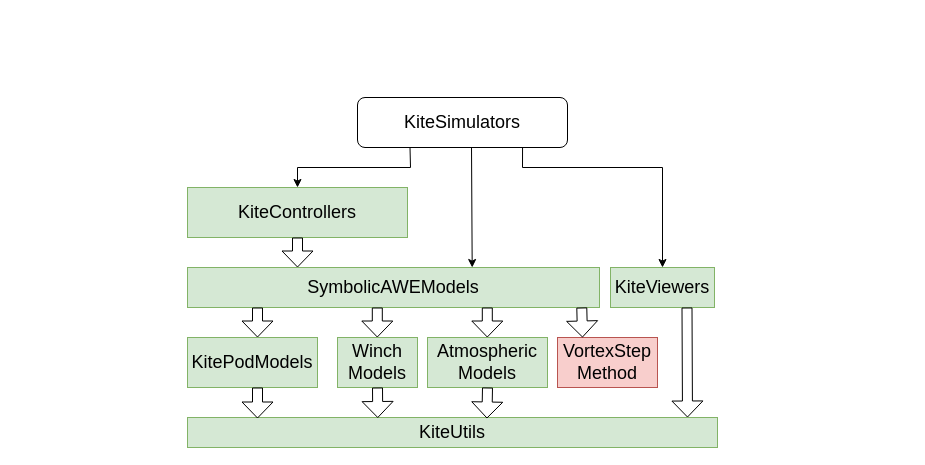
Above: page "Page-1" (1 of 2) of docs/src/kite_power_tools.drawio in OpenSourceAWE/SymbolicAWEModels.jl (draw.io), before the change. Source tidied: cells renumbered, new cells numbered last; positions are measured from the earlier drawing's top-left corner, leaving out a move shared by most shapes. Both pictures are drawn from the tidied source at 100%, with x=0, y=0 at pixel (187, 97).
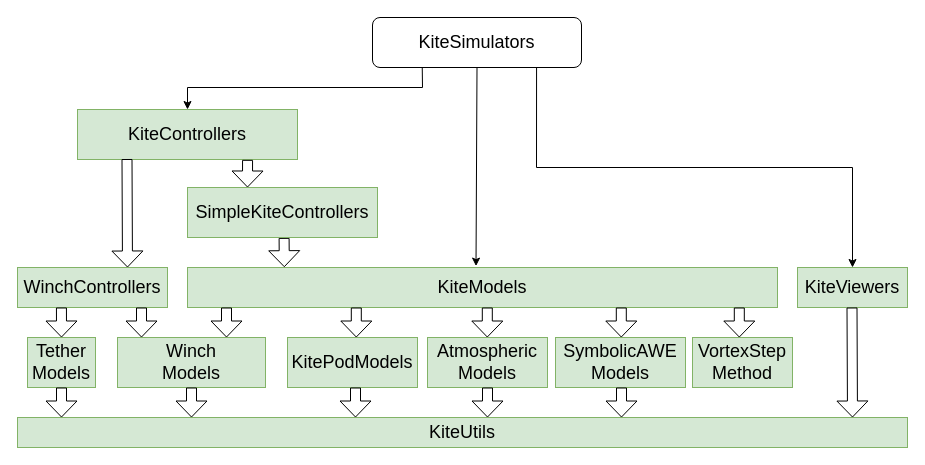
Above is the later version.

Unchanged cells that the change refers to:
```xml
<mxCell id="8" value="Atmospheric&lt;br style=&quot;font-size: 18px;&quot;&gt;Models" style="rounded=0;whiteSpace=wrap;html=1;fontSize=18;fillColor=#d5e8d4;strokeColor=#82b366;" parent="1" vertex="1">
  <mxGeometry x="240" y="240" width="120" height="50" as="geometry" />
</mxCell>
```

Change to the diagram source:
```diff
@@
     <mxCell id="2" value="KiteSimulators" style="rounded=1;whiteSpace=wrap;html=1;fontSize=18;" parent="1" vertex="1">
-      <mxGeometry x="170" width="210" height="50" as="geometry" />
+      <mxGeometry x="185" y="-80" width="209" height="50" as="geometry" />
     </mxCell>
     <mxCell id="3" value="KiteControllers" style="rounded=0;whiteSpace=wrap;html=1;fontSize=18;fillColor=#d5e8d4;strokeColor=#82b366;" parent="1" vertex="1">
-      <mxGeometry y="90" width="220" height="50" as="geometry" />
+      <mxGeometry x="-110" y="12" width="220" height="50" as="geometry" />
     </mxCell>
-    <mxCell id="4" value="SymbolicAWEModels" style="rounded=0;whiteSpace=wrap;html=1;fontSize=18;fillColor=#d5e8d4;strokeColor=#82b366;" parent="1" vertex="1">
-      <mxGeometry y="170" width="412" height="40" as="geometry" />
-    </mxCell>
+    <mxCell id="23" value="KiteModels" style="rounded=0;whiteSpace=wrap;html=1;fontSize=18;fillColor=#d5e8d4;strokeColor=#82b366;" parent="1" vertex="1">
+      <mxGeometry y="170" width="590" height="40" as="geometry" />
+    </mxCell>
     <mxCell id="5" value="&lt;font style=&quot;font-size: 18px;&quot;&gt;KiteViewers&lt;/font&gt;" style="rounded=0;whiteSpace=wrap;html=1;fillColor=#d5e8d4;strokeColor=#82b366;" parent="1" vertex="1">
-      <mxGeometry x="423" y="170" width="104" height="40" as="geometry" />
+      <mxGeometry x="610" y="170" width="110" height="40" as="geometry" />
     </mxCell>
     <mxCell id="6" value="KitePodModels" style="rounded=0;whiteSpace=wrap;html=1;fontSize=18;fillColor=#d5e8d4;strokeColor=#82b366;" parent="1" vertex="1">
-      <mxGeometry y="240" width="130" height="50" as="geometry" />
+      <mxGeometry x="100" y="240" width="130" height="50" as="geometry" />
     </mxCell>
     <mxCell id="7" value="Winch&lt;br&gt;Models" style="rounded=0;whiteSpace=wrap;html=1;fontSize=18;fillColor=#d5e8d4;strokeColor=#82b366;" parent="1" vertex="1">
-      <mxGeometry x="150" y="240" width="80" height="50" as="geometry" />
+      <mxGeometry x="-70" y="240" width="148" height="50" as="geometry" />
     </mxCell>
@@
     <mxCell id="9" value="KiteUtils" style="rounded=0;whiteSpace=wrap;html=1;fontSize=18;fillColor=#d5e8d4;strokeColor=#82b366;" parent="1" vertex="1">
-      <mxGeometry y="320" width="530" height="30" as="geometry" />
+      <mxGeometry x="-170" y="320" width="890" height="30" as="geometry" />
     </mxCell>
-    <mxCell id="10" value="VortexStep&lt;br&gt;Method" style="rounded=0;whiteSpace=wrap;html=1;fontSize=18;fillColor=#f8cecc;strokeColor=#b85450;" parent="1" vertex="1">
-      <mxGeometry x="370" y="240" width="100" height="50" as="geometry" />
+    <mxCell id="10" value="VortexStep&lt;br&gt;Method" style="rounded=0;whiteSpace=wrap;html=1;fontSize=18;fillColor=#d5e8d4;strokeColor=#82b366;" parent="1" vertex="1">
+      <mxGeometry x="505" y="240" width="100" height="50" as="geometry" />
     </mxCell>
-    <mxCell id="11" style="shape=flexArrow;endArrow=classic;html=1;rounded=0;exitX=0.75;exitY=1;exitDx=0;exitDy=0;endSize=5;" parent="1" edge="1">
-      <mxGeometry relative="1" as="geometry">
-        <mxPoint x="499.5" y="210" as="sourcePoint" />
-        <mxPoint x="500" y="320" as="targetPoint" />
-      </mxGeometry>
-    </mxCell>
-    <mxCell id="12" style="shape=flexArrow;endArrow=classic;html=1;rounded=0;exitX=0.5;exitY=1;exitDx=0;exitDy=0;entryX=0.565;entryY=0.033;entryDx=0;entryDy=0;entryPerimeter=0;endSize=5;" parent="1" edge="1" source="8" target="9">
-      <mxGeometry relative="1" as="geometry" />
-    </mxCell>
-    <mxCell id="13" style="shape=flexArrow;endArrow=classic;html=1;rounded=0;exitX=0.5;exitY=1;exitDx=0;exitDy=0;entryX=0.359;entryY=0.017;entryDx=0;entryDy=0;entryPerimeter=0;endSize=5;" parent="1" edge="1" source="7" target="9">
-      <mxGeometry relative="1" as="geometry" />
-    </mxCell>
-    <mxCell id="14" style="shape=flexArrow;endArrow=classic;html=1;rounded=0;entryX=0.25;entryY=0;entryDx=0;entryDy=0;exitX=0.957;exitY=1;exitDx=0;exitDy=0;exitPerimeter=0;endSize=5;" parent="1" edge="1" source="4" target="10">
-      <mxGeometry relative="1" as="geometry" />
-    </mxCell>
+    <mxCell id="24" style="shape=flexArrow;endArrow=classic;html=1;rounded=0;exitX=0.75;exitY=1;exitDx=0;exitDy=0;endSize=5;" parent="1" edge="1">
+      <mxGeometry relative="1" as="geometry">
+        <mxPoint x="664.5" y="210" as="sourcePoint" />
+        <mxPoint x="665" y="320" as="targetPoint" />
+      </mxGeometry>
+    </mxCell>
+    <mxCell id="25" style="shape=flexArrow;endArrow=classic;html=1;rounded=0;exitX=0.5;exitY=1;exitDx=0;exitDy=0;endSize=5;" parent="1" edge="1" source="8">
+      <mxGeometry relative="1" as="geometry">
+        <mxPoint x="300" y="320" as="targetPoint" />
+      </mxGeometry>
+    </mxCell>
+    <mxCell id="26" style="shape=flexArrow;endArrow=classic;html=1;rounded=0;exitX=0.5;exitY=1;exitDx=0;exitDy=0;endSize=5;" parent="1" edge="1" source="7">
+      <mxGeometry relative="1" as="geometry">
+        <mxPoint x="4" y="320" as="targetPoint" />
+      </mxGeometry>
+    </mxCell>
-    <mxCell id="15" style="endArrow=classic;html=1;rounded=0;exitX=0.786;exitY=1;exitDx=0;exitDy=0;exitPerimeter=0;entryX=0.5;entryY=0;entryDx=0;entryDy=0;" parent="1" edge="1" source="2" target="5">
+    <mxCell id="15" style="endArrow=classic;html=1;rounded=0;exitX=0.785;exitY=1.005;exitDx=0;exitDy=0;exitPerimeter=0;entryX=0.5;entryY=0;entryDx=0;entryDy=0;" parent="1" edge="1" source="2" target="5">
       <mxGeometry relative="1" as="geometry">
         <Array as="points">
-          <mxPoint x="335" y="70" />
-          <mxPoint x="475" y="70" />
+          <mxPoint x="349" y="70" />
+          <mxPoint x="665" y="70" />
         </Array>
       </mxGeometry>
     </mxCell>
-    <mxCell id="16" style="endArrow=classic;html=1;rounded=0;exitX=0.543;exitY=1.01;exitDx=0;exitDy=0;exitPerimeter=0;entryX=0.691;entryY=0;entryDx=0;entryDy=0;entryPerimeter=0;" parent="1" edge="1" source="2" target="4">
-      <mxGeometry relative="1" as="geometry" />
-    </mxCell>
+    <mxCell id="27" style="endArrow=classic;html=1;rounded=0;exitX=0.5;exitY=1;exitDx=0;exitDy=0;entryX=0.489;entryY=-0.035;entryDx=0;entryDy=0;entryPerimeter=0;" parent="1" edge="1" source="2" target="23">
+      <mxGeometry relative="1" as="geometry" />
+    </mxCell>
+    <mxCell id="28" style="shape=flexArrow;endArrow=classic;html=1;rounded=0;exitX=0.689;exitY=1.007;exitDx=0;exitDy=0;endSize=5;exitPerimeter=0;entryX=0.099;entryY=-0.008;entryDx=0;entryDy=0;entryPerimeter=0;" parent="1" edge="1">
+      <mxGeometry relative="1" as="geometry">
+        <mxPoint x="96.6" y="140.4" as="sourcePoint" />
+        <mxPoint x="96.8" y="169.7" as="targetPoint" />
+      </mxGeometry>
+    </mxCell>
+    <mxCell id="29" style="shape=flexArrow;endArrow=classic;html=1;rounded=0;exitX=0.5;exitY=1;exitDx=0;exitDy=0;endSize=5;" parent="1" edge="1">
+      <mxGeometry relative="1" as="geometry">
+        <mxPoint x="39" y="210" as="sourcePoint" />
+        <mxPoint x="39" y="240" as="targetPoint" />
+      </mxGeometry>
+    </mxCell>
+    <mxCell id="30" style="shape=flexArrow;endArrow=classic;html=1;rounded=0;exitX=0.5;exitY=1;exitDx=0;exitDy=0;endSize=5;" parent="1" edge="1">
+      <mxGeometry relative="1" as="geometry">
+        <mxPoint x="168.8" y="210" as="sourcePoint" />
+        <mxPoint x="168.8" y="240" as="targetPoint" />
+      </mxGeometry>
+    </mxCell>
+    <mxCell id="31" style="shape=flexArrow;endArrow=classic;html=1;rounded=0;exitX=0.5;exitY=1;exitDx=0;exitDy=0;endSize=5;" parent="1" edge="1">
+      <mxGeometry relative="1" as="geometry">
+        <mxPoint x="299.8" y="210" as="sourcePoint" />
+        <mxPoint x="299.8" y="240" as="targetPoint" />
+      </mxGeometry>
+    </mxCell>
+    <mxCell id="32" style="shape=flexArrow;endArrow=classic;html=1;rounded=0;exitX=0.5;exitY=1;exitDx=0;exitDy=0;endSize=5;" parent="1" edge="1">
+      <mxGeometry relative="1" as="geometry">
+        <mxPoint x="168" y="290" as="sourcePoint" />
+        <mxPoint x="168" y="320" as="targetPoint" />
+      </mxGeometry>
+    </mxCell>
+    <mxCell id="33" value="WinchControllers" style="rounded=0;whiteSpace=wrap;html=1;fontSize=18;fillColor=#d5e8d4;strokeColor=#82b366;" parent="1" vertex="1">
+      <mxGeometry x="-170" y="170" width="150" height="40" as="geometry" />
+    </mxCell>
+    <mxCell id="34" style="shape=flexArrow;endArrow=classic;html=1;rounded=0;endSize=5;entryX=0.099;entryY=-0.008;entryDx=0;entryDy=0;entryPerimeter=0;exitX=0.225;exitY=0.99;exitDx=0;exitDy=0;exitPerimeter=0;" parent="1" edge="1" source="3">
+      <mxGeometry relative="1" as="geometry">
+        <mxPoint x="-60" y="170" as="targetPoint" />
+      </mxGeometry>
+    </mxCell>
+    <mxCell id="35" style="shape=flexArrow;endArrow=classic;html=1;rounded=0;exitX=0.293;exitY=1;exitDx=0;exitDy=0;endSize=5;exitPerimeter=0;entryX=0.5;entryY=0;entryDx=0;entryDy=0;entryPerimeter=0;" parent="1" edge="1" source="33" target="39">
+      <mxGeometry relative="1" as="geometry" />
+    </mxCell>
-    <mxCell id="17" style="endArrow=classic;html=1;rounded=0;entryX=0.5;entryY=0;entryDx=0;entryDy=0;exitX=0.25;exitY=1;exitDx=0;exitDy=0;" parent="1" edge="1" source="2" target="3">
+    <mxCell id="17" style="endArrow=classic;html=1;rounded=0;entryX=0.5;entryY=0;entryDx=0;entryDy=0;exitX=0.238;exitY=0.993;exitDx=0;exitDy=0;jumpStyle=none;exitPerimeter=0;" parent="1" edge="1" source="2" target="3">
       <mxGeometry relative="1" as="geometry">
         <Array as="points">
-          <mxPoint x="223" y="70" />
-          <mxPoint x="110" y="70" />
+          <mxPoint x="235" y="-10" />
+          <mxPoint y="-10" />
         </Array>
       </mxGeometry>
     </mxCell>
-    <mxCell id="18" style="shape=flexArrow;endArrow=classic;html=1;rounded=0;exitX=0.5;exitY=1;exitDx=0;exitDy=0;endSize=5;" parent="1" edge="1" source="3">
-      <mxGeometry relative="1" as="geometry">
-        <mxPoint x="110" y="170" as="targetPoint" />
-      </mxGeometry>
-    </mxCell>
-    <mxCell id="19" style="shape=flexArrow;endArrow=classic;html=1;rounded=0;exitX=0.5;exitY=1;exitDx=0;exitDy=0;endSize=5;" parent="1" edge="1">
-      <mxGeometry relative="1" as="geometry">
-        <mxPoint x="70" y="210" as="sourcePoint" />
-        <mxPoint x="70" y="240" as="targetPoint" />
-      </mxGeometry>
-    </mxCell>
-    <mxCell id="20" style="shape=flexArrow;endArrow=classic;html=1;rounded=0;exitX=0.5;exitY=1;exitDx=0;exitDy=0;endSize=5;" parent="1" edge="1">
-      <mxGeometry relative="1" as="geometry">
-        <mxPoint x="189.8" y="210" as="sourcePoint" />
-        <mxPoint x="189.8" y="240" as="targetPoint" />
-      </mxGeometry>
-    </mxCell>
-    <mxCell id="21" style="shape=flexArrow;endArrow=classic;html=1;rounded=0;exitX=0.5;exitY=1;exitDx=0;exitDy=0;endSize=5;" parent="1" edge="1">
-      <mxGeometry relative="1" as="geometry">
-        <mxPoint x="299.8" y="210" as="sourcePoint" />
-        <mxPoint x="299.8" y="240" as="targetPoint" />
-      </mxGeometry>
-    </mxCell>
-    <mxCell id="22" style="shape=flexArrow;endArrow=classic;html=1;rounded=0;exitX=0.5;exitY=1;exitDx=0;exitDy=0;entryX=0.359;entryY=0.017;entryDx=0;entryDy=0;entryPerimeter=0;endSize=5;" parent="1" edge="1">
-      <mxGeometry relative="1" as="geometry">
-        <mxPoint x="70" y="290" as="sourcePoint" />
-        <mxPoint x="70" y="321" as="targetPoint" />
-      </mxGeometry>
-    </mxCell>
+    <mxCell id="36" value="SimpleKiteControllers" style="rounded=0;whiteSpace=wrap;html=1;fontSize=18;fillColor=#d5e8d4;strokeColor=#82b366;" parent="1" vertex="1">
+      <mxGeometry y="90" width="190" height="50" as="geometry" />
+    </mxCell>
+    <mxCell id="37" style="shape=flexArrow;endArrow=classic;html=1;rounded=0;endSize=5;exitX=0.773;exitY=1.007;exitDx=0;exitDy=0;exitPerimeter=0;" parent="1" edge="1" source="3">
+      <mxGeometry relative="1" as="geometry">
+        <mxPoint x="60" y="90" as="targetPoint" />
+      </mxGeometry>
+    </mxCell>
+    <mxCell id="38" style="shape=flexArrow;endArrow=classic;html=1;rounded=0;exitX=0.5;exitY=1;exitDx=0;exitDy=0;endSize=5;" parent="1" edge="1">
+      <mxGeometry relative="1" as="geometry">
+        <mxPoint x="-46" y="210" as="sourcePoint" />
+        <mxPoint x="-46" y="240" as="targetPoint" />
+      </mxGeometry>
+    </mxCell>
+    <mxCell id="39" value="Tether&lt;br&gt;Models" style="rounded=0;whiteSpace=wrap;html=1;fontSize=18;fillColor=#d5e8d4;strokeColor=#82b366;" parent="1" vertex="1">
+      <mxGeometry x="-160" y="240" width="68" height="50" as="geometry" />
+    </mxCell>
+    <mxCell id="40" value="SymbolicAWE&lt;br&gt;Models" style="rounded=0;whiteSpace=wrap;html=1;fontSize=18;fillColor=#d5e8d4;strokeColor=#82b366;" parent="1" vertex="1">
+      <mxGeometry x="368" y="240" width="130" height="50" as="geometry" />
+    </mxCell>
+    <mxCell id="41" style="shape=flexArrow;endArrow=classic;html=1;rounded=0;exitX=0.5;exitY=1;exitDx=0;exitDy=0;endSize=5;" parent="1" edge="1">
+      <mxGeometry relative="1" as="geometry">
+        <mxPoint x="-126" y="290" as="sourcePoint" />
+        <mxPoint x="-126" y="320" as="targetPoint" />
+      </mxGeometry>
+    </mxCell>
+    <mxCell id="42" style="shape=flexArrow;endArrow=classic;html=1;rounded=0;exitX=0.5;exitY=1;exitDx=0;exitDy=0;endSize=5;" parent="1" edge="1">
+      <mxGeometry relative="1" as="geometry">
+        <mxPoint x="433.8" y="210" as="sourcePoint" />
+        <mxPoint x="433.8" y="240" as="targetPoint" />
+      </mxGeometry>
+    </mxCell>
+    <mxCell id="43" style="shape=flexArrow;endArrow=classic;html=1;rounded=0;exitX=0.5;exitY=1;exitDx=0;exitDy=0;endSize=5;" parent="1" edge="1">
+      <mxGeometry relative="1" as="geometry">
+        <mxPoint x="551.8" y="210" as="sourcePoint" />
+        <mxPoint x="551.8" y="240" as="targetPoint" />
+      </mxGeometry>
+    </mxCell>
+    <mxCell id="44" style="shape=flexArrow;endArrow=classic;html=1;rounded=0;exitX=0.5;exitY=1;exitDx=0;exitDy=0;endSize=5;" parent="1" edge="1">
+      <mxGeometry relative="1" as="geometry">
+        <mxPoint x="434" y="290" as="sourcePoint" />
+        <mxPoint x="434" y="320" as="targetPoint" />
+      </mxGeometry>
+    </mxCell>
```
